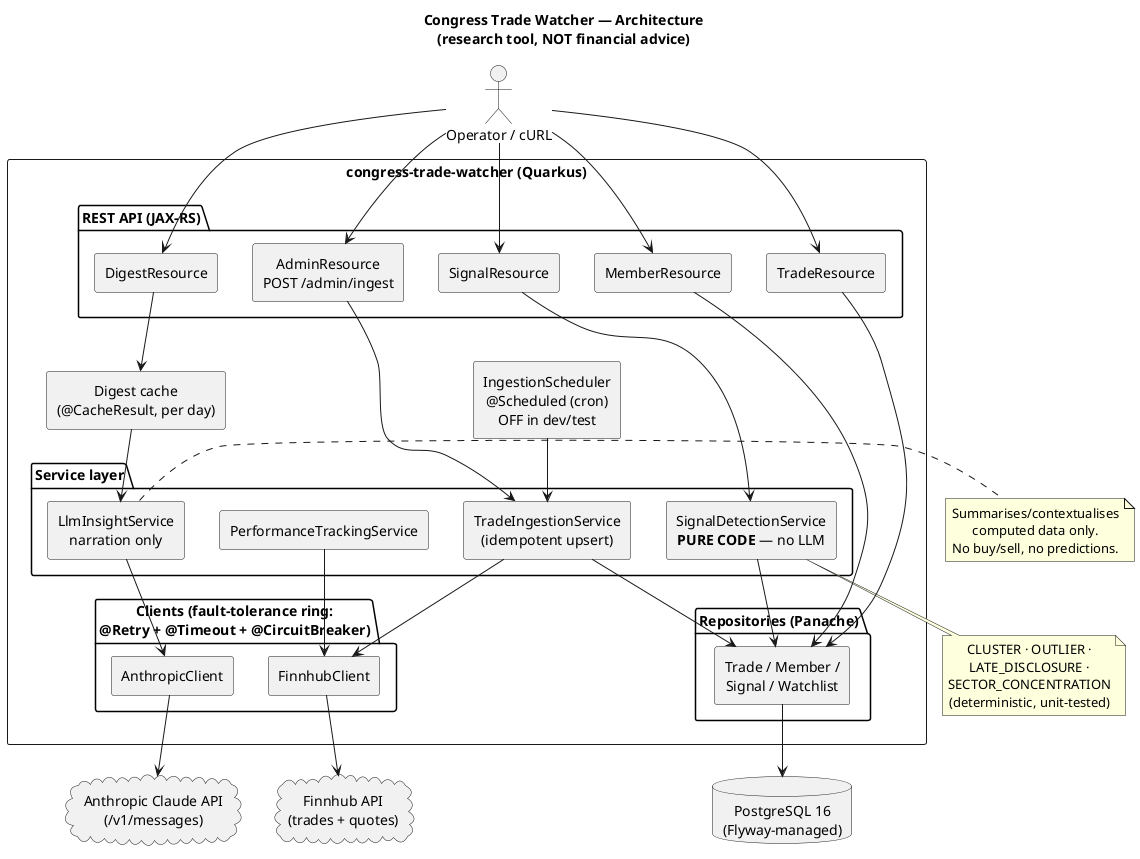
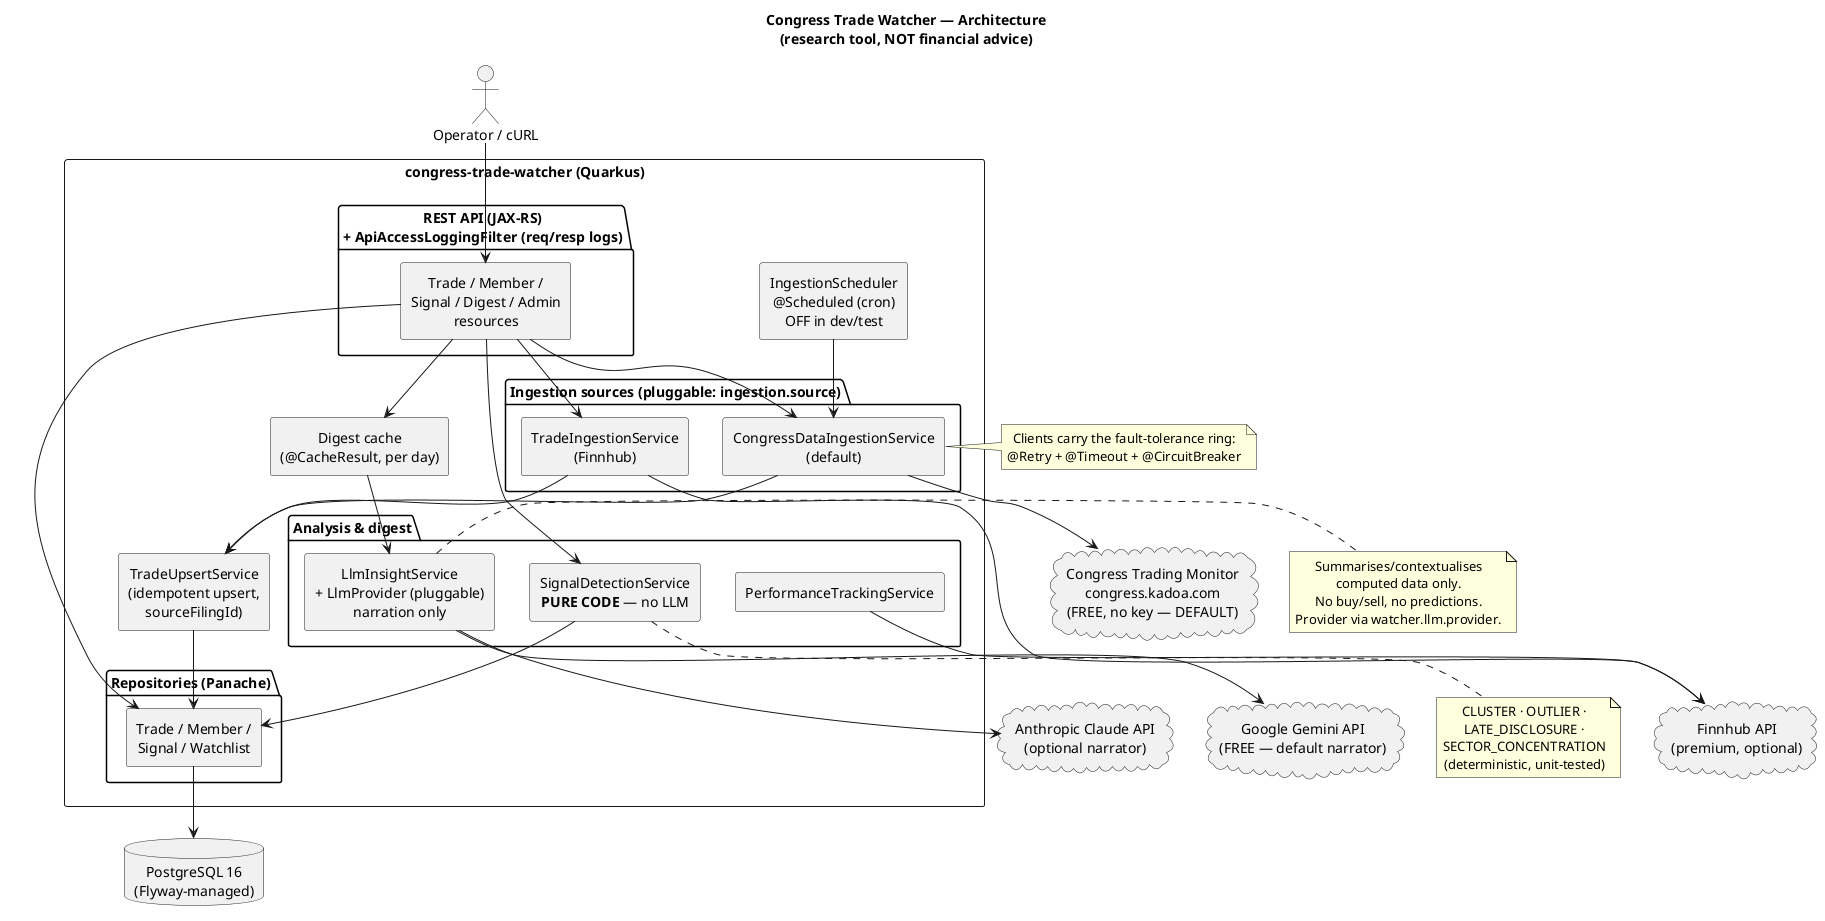
@startuml congress-trade-watcher
title Congress Trade Watcher — Architecture\n(research tool, NOT financial advice)

skinparam componentStyle rectangle
skinparam shadowing false
skinparam defaultTextAlignment center

actor "Operator / cURL" as user
- cloud "Finnhub API\n(trades + quotes)" as finnhub
- cloud "Anthropic Claude API\n(/v1/messages)" as anthropic
+ 
+ cloud "Congress Trading Monitor\ncongress.kadoa.com\n(FREE, no key — DEFAULT)" as congress
+ cloud "Finnhub API\n(premium, optional)" as finnhub
+ cloud "Google Gemini API\n(FREE — default narrator)" as gemini
+ cloud "Anthropic Claude API\n(optional narrator)" as anthropic
database "PostgreSQL 16\n(Flyway-managed)" as pg

rectangle "congress-trade-watcher (Quarkus)" {

  component "IngestionScheduler\n@Scheduled (cron)\nOFF in dev/test" as scheduler

-   package "REST API (JAX-RS)" {
-     component "TradeResource" as trades
-     component "MemberResource" as members
-     component "SignalResource" as signals
-     component "DigestResource" as digest
-     component "AdminResource\nPOST /admin/ingest" as admin
+   package "REST API (JAX-RS)\n+ ApiAccessLoggingFilter (req/resp logs)" {
+     component "Trade / Member /\nSignal / Digest / Admin\nresources" as api
  }

-   package "Service layer" {
-     component "TradeIngestionService\n(idempotent upsert)" as ingest
-     component "SignalDetectionService\n**PURE CODE** — no LLM" as detect
-     component "PerformanceTrackingService" as perf
-     component "LlmInsightService\nnarration only" as llm
+   package "Ingestion sources (pluggable: ingestion.source)" {
+     component "CongressDataIngestionService\n(default)" as congressIngest
+     component "TradeIngestionService\n(Finnhub)" as finnhubIngest
  }

-   package "Clients (fault-tolerance ring:\n@Retry + @Timeout + @CircuitBreaker)" as ftring {
-     component "FinnhubClient" as finnClient
-     component "AnthropicClient" as anthClient
+   component "TradeUpsertService\n(idempotent upsert,\nsourceFilingId)" as upsert
+ 
+   package "Analysis & digest" {
+     component "SignalDetectionService\n**PURE CODE** — no LLM" as detect
+     component "LlmInsightService\n+ LlmProvider (pluggable)\nnarration only" as llm
+     component "PerformanceTrackingService" as perf
  }

  package "Repositories (Panache)" {
    component "Trade / Member /\nSignal / Watchlist" as repos
  }

  component "Digest cache\n(@CacheResult, per day)" as cache
}

- user --> trades
- user --> members
- user --> signals
- user --> digest
- user --> admin
+ note right of congressIngest
+   Clients carry the fault-tolerance ring:
+   @Retry + @Timeout + @CircuitBreaker
+ end note

- scheduler --> ingest
- admin --> ingest
- ingest --> finnClient
- ingest --> repos
+ user --> api
+ scheduler --> congressIngest
+ api --> congressIngest
+ api --> finnhubIngest

- trades --> repos
- members --> repos
- signals --> detect
+ congressIngest --> congress
+ finnhubIngest --> finnhub
+ congressIngest --> upsert
+ finnhubIngest --> upsert
+ upsert --> repos
+ 
+ api --> repos
+ api --> detect
detect --> repos

- digest --> cache
+ api --> cache
cache --> llm
- llm --> anthClient
- perf --> finnClient
+ llm --> gemini
+ llm --> anthropic
+ perf --> finnhub

- finnClient --> finnhub
- anthClient --> anthropic
repos --> pg

note bottom of detect
  CLUSTER · OUTLIER ·
  LATE_DISCLOSURE ·
  SECTOR_CONCENTRATION
  (deterministic, unit-tested)
end note

note right of llm
  Summarises/contextualises
  computed data only.
  No buy/sell, no predictions.
+   Provider via watcher.llm.provider.
end note
@enduml
